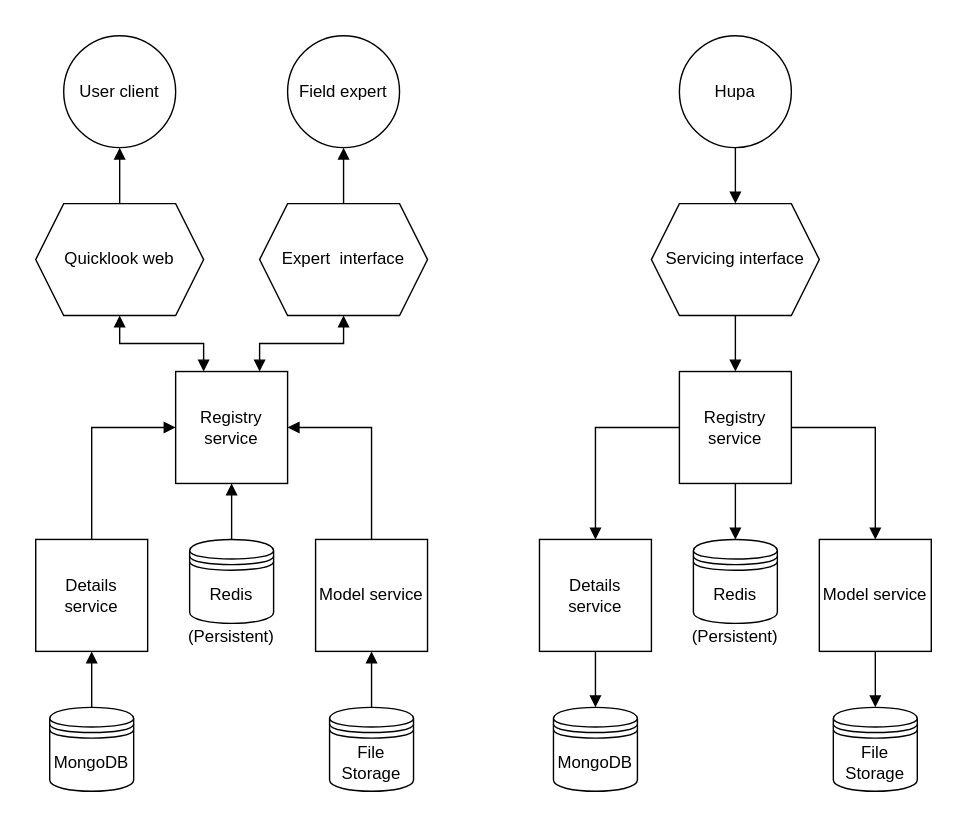
The draw.io diagram design/quicklook.svg in Hupa-Baha-21/inspectAir, before a commit. Source tidied: cells renumbered, new cells last; positions are measured from the earlier drawing's top-left corner, leaving out a move shared by most shapes. Source of this version:
```xml
<mxGraphModel>
  <root>
    <mxCell id="0" />
    <mxCell id="1" parent="0" />
    <mxCell id="2" value="MongoDB" style="shape=datastore;whiteSpace=wrap;html=1;" parent="1" vertex="1">
      <mxGeometry x="10" y="480" width="60" height="60" as="geometry" />
    </mxCell>
    <mxCell id="3" value="File Storage" style="shape=datastore;whiteSpace=wrap;html=1;" parent="1" vertex="1">
      <mxGeometry x="210" y="480" width="60" height="60" as="geometry" />
    </mxCell>
    <mxCell id="4" value="Details service" style="whiteSpace=wrap;html=1;" parent="1" vertex="1">
      <mxGeometry y="360" width="80" height="80" as="geometry" />
    </mxCell>
    <mxCell id="5" value="Model service" style="whiteSpace=wrap;html=1;" parent="1" vertex="1">
      <mxGeometry x="200" y="360" width="80" height="80" as="geometry" />
    </mxCell>
    <mxCell id="6" style="edgeStyle=orthogonalEdgeStyle;rounded=0;jettySize=auto;html=1;entryX=0.5;entryY=1;entryDx=0;entryDy=0;startArrow=none;startFill=0;endArrow=block;endFill=1;" parent="1" edge="1" source="3" target="5">
      <mxGeometry relative="1" as="geometry" />
    </mxCell>
    <mxCell id="7" style="endArrow=block;startArrow=none;html=1;rounded=0;exitX=0.5;exitY=0;exitDx=0;exitDy=0;entryX=0.5;entryY=1;entryDx=0;entryDy=0;endFill=1;startFill=0;" parent="1" edge="1" source="2" target="4">
      <mxGeometry relative="1" as="geometry" />
    </mxCell>
    <mxCell id="8" value="User client" style="ellipse;whiteSpace=wrap;html=1;" parent="1" vertex="1">
      <mxGeometry x="20" width="80" height="80" as="geometry" />
    </mxCell>
    <mxCell id="9" value="Quicklook web" style="shape=hexagon;perimeter=hexagonPerimeter2;whiteSpace=wrap;html=1;fixedSize=1;" parent="1" vertex="1">
      <mxGeometry y="120" width="120" height="80" as="geometry" />
    </mxCell>
    <mxCell id="10" style="edgeStyle=orthogonalEdgeStyle;rounded=0;jettySize=auto;html=1;entryX=0.5;entryY=0;entryDx=0;entryDy=0;startArrow=block;startFill=1;endArrow=none;endFill=0;" parent="1" edge="1" source="8" target="9">
      <mxGeometry relative="1" as="geometry" />
    </mxCell>
    <mxCell id="11" value="Field expert" style="ellipse;whiteSpace=wrap;html=1;" parent="1" vertex="1">
      <mxGeometry x="180" width="80" height="80" as="geometry" />
    </mxCell>
    <mxCell id="12" value="Expert &amp;nbsp;interface" style="shape=hexagon;perimeter=hexagonPerimeter2;whiteSpace=wrap;html=1;fixedSize=1;" parent="1" vertex="1">
      <mxGeometry x="160" y="120" width="120" height="80" as="geometry" />
    </mxCell>
    <mxCell id="13" style="edgeStyle=orthogonalEdgeStyle;rounded=0;jettySize=auto;html=1;entryX=0.5;entryY=0;entryDx=0;entryDy=0;startArrow=block;startFill=1;endArrow=none;endFill=0;" parent="1" edge="1" source="11" target="12">
      <mxGeometry relative="1" as="geometry" />
    </mxCell>
    <mxCell id="14" style="edgeStyle=orthogonalEdgeStyle;rounded=0;jettySize=auto;html=1;entryX=0.5;entryY=0;entryDx=0;entryDy=0;startArrow=block;startFill=1;endArrow=none;endFill=0;elbow=vertical;exitX=0;exitY=0.5;exitDx=0;exitDy=0;" parent="1" edge="1" source="16" target="4">
      <mxGeometry relative="1" as="geometry">
        <Array as="points">
          <mxPoint x="40" y="280" />
        </Array>
      </mxGeometry>
    </mxCell>
    <mxCell id="15" style="edgeStyle=orthogonalEdgeStyle;rounded=0;jettySize=auto;html=1;entryX=0.5;entryY=0;entryDx=0;entryDy=0;startArrow=block;startFill=1;endArrow=none;endFill=0;elbow=vertical;exitX=1;exitY=0.5;exitDx=0;exitDy=0;" parent="1" edge="1" source="16" target="5">
      <mxGeometry relative="1" as="geometry">
        <Array as="points">
          <mxPoint x="240" y="280" />
        </Array>
      </mxGeometry>
    </mxCell>
    <mxCell id="16" value="Registry service" style="whiteSpace=wrap;html=1;" parent="1" vertex="1">
      <mxGeometry x="100" y="240" width="80" height="80" as="geometry" />
    </mxCell>
    <mxCell id="17" style="edgeStyle=orthogonalEdgeStyle;rounded=0;jettySize=auto;html=1;entryX=0.25;entryY=0;entryDx=0;entryDy=0;startArrow=block;startFill=1;endArrow=block;endFill=1;elbow=vertical;" parent="1" edge="1" source="9" target="16">
      <mxGeometry relative="1" as="geometry" />
    </mxCell>
    <mxCell id="18" style="edgeStyle=orthogonalEdgeStyle;rounded=0;jettySize=auto;html=1;entryX=0.75;entryY=0;entryDx=0;entryDy=0;startArrow=block;startFill=1;endArrow=block;endFill=1;elbow=vertical;" parent="1" edge="1" source="12" target="16">
      <mxGeometry relative="1" as="geometry" />
    </mxCell>
    <mxCell id="19" value="Redis" style="shape=datastore;whiteSpace=wrap;html=1;" parent="1" vertex="1">
      <mxGeometry x="110" y="360" width="60" height="60" as="geometry" />
    </mxCell>
    <mxCell id="20" style="edgeStyle=orthogonalEdgeStyle;rounded=0;jettySize=auto;html=1;entryX=0.5;entryY=0;entryDx=0;entryDy=0;startArrow=block;startFill=1;endArrow=none;endFill=0;" parent="1" edge="1" source="16" target="19">
      <mxGeometry relative="1" as="geometry" />
    </mxCell>
    <mxCell id="21" value="(Persistent)" style="text;html=1;strokeColor=none;fillColor=none;align=center;verticalAlign=middle;whiteSpace=wrap;rounded=0;" parent="1" vertex="1">
      <mxGeometry x="110" y="420" width="60" height="20" as="geometry" />
    </mxCell>
    <mxCell id="22" value="MongoDB" style="shape=datastore;whiteSpace=wrap;html=1;" parent="1" vertex="1">
      <mxGeometry x="370" y="480" width="60" height="60" as="geometry" />
    </mxCell>
    <mxCell id="23" value="File Storage" style="shape=datastore;whiteSpace=wrap;html=1;" parent="1" vertex="1">
      <mxGeometry x="570" y="480" width="60" height="60" as="geometry" />
    </mxCell>
    <mxCell id="24" value="Details service" style="whiteSpace=wrap;html=1;" parent="1" vertex="1">
      <mxGeometry x="360" y="360" width="80" height="80" as="geometry" />
    </mxCell>
    <mxCell id="25" value="Model service" style="whiteSpace=wrap;html=1;" parent="1" vertex="1">
      <mxGeometry x="560" y="360" width="80" height="80" as="geometry" />
    </mxCell>
    <mxCell id="26" style="edgeStyle=orthogonalEdgeStyle;rounded=0;jettySize=auto;html=1;entryX=0.5;entryY=1;entryDx=0;entryDy=0;startArrow=block;startFill=1;endArrow=none;endFill=0;" parent="1" edge="1" source="23" target="25">
      <mxGeometry relative="1" as="geometry" />
    </mxCell>
    <mxCell id="27" style="endArrow=none;startArrow=block;html=1;rounded=0;exitX=0.5;exitY=0;exitDx=0;exitDy=0;entryX=0.5;entryY=1;entryDx=0;entryDy=0;endFill=0;startFill=1;" parent="1" edge="1" source="22" target="24">
      <mxGeometry relative="1" as="geometry" />
    </mxCell>
    <mxCell id="28" style="edgeStyle=orthogonalEdgeStyle;rounded=0;jettySize=auto;html=1;entryX=0.5;entryY=0;entryDx=0;entryDy=0;startArrow=none;startFill=0;endArrow=block;endFill=1;elbow=vertical;exitX=0;exitY=0.5;exitDx=0;exitDy=0;" parent="1" edge="1" source="30" target="24">
      <mxGeometry relative="1" as="geometry">
        <Array as="points">
          <mxPoint x="400" y="280" />
        </Array>
      </mxGeometry>
    </mxCell>
    <mxCell id="29" style="edgeStyle=orthogonalEdgeStyle;rounded=0;jettySize=auto;html=1;entryX=0.5;entryY=0;entryDx=0;entryDy=0;startArrow=none;startFill=0;endArrow=block;endFill=1;elbow=vertical;exitX=1;exitY=0.5;exitDx=0;exitDy=0;" parent="1" edge="1" source="30" target="25">
      <mxGeometry relative="1" as="geometry">
        <Array as="points">
          <mxPoint x="600" y="280" />
        </Array>
      </mxGeometry>
    </mxCell>
    <mxCell id="30" value="Registry service" style="whiteSpace=wrap;html=1;" parent="1" vertex="1">
      <mxGeometry x="460" y="240" width="80" height="80" as="geometry" />
    </mxCell>
    <mxCell id="31" value="Redis" style="shape=datastore;whiteSpace=wrap;html=1;" parent="1" vertex="1">
      <mxGeometry x="470" y="360" width="60" height="60" as="geometry" />
    </mxCell>
    <mxCell id="32" style="edgeStyle=orthogonalEdgeStyle;rounded=0;jettySize=auto;html=1;entryX=0.5;entryY=0;entryDx=0;entryDy=0;startArrow=none;startFill=0;endArrow=block;endFill=1;" parent="1" edge="1" source="30" target="31">
      <mxGeometry relative="1" as="geometry" />
    </mxCell>
    <mxCell id="33" value="(Persistent)" style="text;html=1;strokeColor=none;fillColor=none;align=center;verticalAlign=middle;whiteSpace=wrap;rounded=0;" parent="1" vertex="1">
      <mxGeometry x="470" y="420" width="60" height="20" as="geometry" />
    </mxCell>
    <mxCell id="34" style="edgeStyle=orthogonalEdgeStyle;rounded=0;jettySize=auto;html=1;entryX=0.5;entryY=0;entryDx=0;entryDy=0;startArrow=none;startFill=0;endArrow=block;endFill=1;" parent="1" edge="1" source="35" target="37">
      <mxGeometry relative="1" as="geometry" />
    </mxCell>
    <mxCell id="35" value="Hupa" style="ellipse;whiteSpace=wrap;html=1;" parent="1" vertex="1">
      <mxGeometry x="460" width="80" height="80" as="geometry" />
    </mxCell>
    <mxCell id="36" style="edgeStyle=orthogonalEdgeStyle;rounded=0;jettySize=auto;html=1;entryX=0.5;entryY=0;entryDx=0;entryDy=0;startArrow=none;startFill=0;endArrow=block;endFill=1;" parent="1" edge="1" source="37" target="30">
      <mxGeometry relative="1" as="geometry" />
    </mxCell>
    <mxCell id="37" value="Servicing interface" style="shape=hexagon;perimeter=hexagonPerimeter2;whiteSpace=wrap;html=1;fixedSize=1;" parent="1" vertex="1">
      <mxGeometry x="440" y="120" width="120" height="80" as="geometry" />
    </mxCell>
  </root>
</mxGraphModel>
```
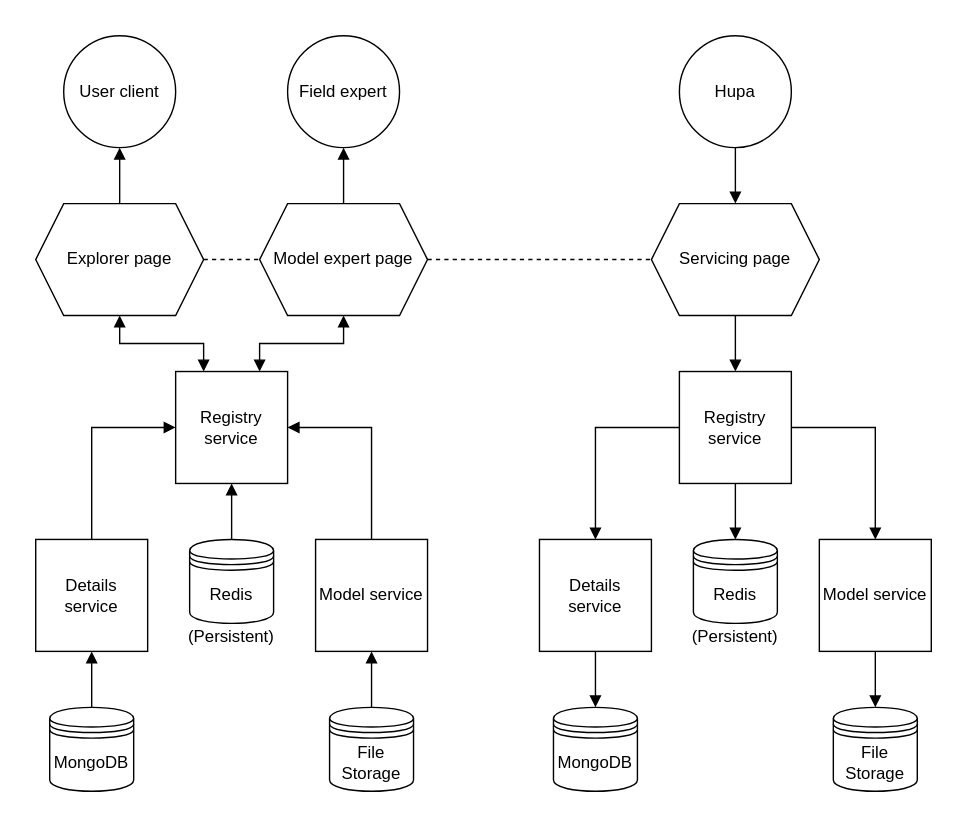
Above is the later version.

Diff of the diagram source:
```diff
@@ -23,7 +23,10 @@
     <mxCell id="8" value="User client" style="ellipse;whiteSpace=wrap;html=1;" parent="1" vertex="1">
       <mxGeometry x="20" width="80" height="80" as="geometry" />
     </mxCell>
+    <mxCell id="38" style="edgeStyle=orthogonalEdgeStyle;rounded=0;jettySize=auto;html=1;entryX=0;entryY=0.5;entryDx=0;entryDy=0;startArrow=none;startFill=0;endArrow=none;endFill=0;dashed=1;" parent="1" edge="1" source="9" target="12">
+      <mxGeometry relative="1" as="geometry" />
+    </mxCell>
-    <mxCell id="9" value="Quicklook web" style="shape=hexagon;perimeter=hexagonPerimeter2;whiteSpace=wrap;html=1;fixedSize=1;" parent="1" vertex="1">
+    <mxCell id="9" value="Explorer page" style="shape=hexagon;perimeter=hexagonPerimeter2;whiteSpace=wrap;html=1;fixedSize=1;" parent="1" vertex="1">
       <mxGeometry y="120" width="120" height="80" as="geometry" />
     </mxCell>
     <mxCell id="10" style="edgeStyle=orthogonalEdgeStyle;rounded=0;jettySize=auto;html=1;entryX=0.5;entryY=0;entryDx=0;entryDy=0;startArrow=block;startFill=1;endArrow=none;endFill=0;" parent="1" edge="1" source="8" target="9">
@@ -32,7 +35,10 @@
     <mxCell id="11" value="Field expert" style="ellipse;whiteSpace=wrap;html=1;" parent="1" vertex="1">
       <mxGeometry x="180" width="80" height="80" as="geometry" />
     </mxCell>
+    <mxCell id="39" style="edgeStyle=orthogonalEdgeStyle;rounded=0;jettySize=auto;html=1;entryX=0;entryY=0.5;entryDx=0;entryDy=0;dashed=1;startArrow=none;startFill=0;endArrow=none;endFill=0;" parent="1" edge="1" source="12" target="37">
+      <mxGeometry relative="1" as="geometry" />
+    </mxCell>
-    <mxCell id="12" value="Expert &amp;nbsp;interface" style="shape=hexagon;perimeter=hexagonPerimeter2;whiteSpace=wrap;html=1;fixedSize=1;" parent="1" vertex="1">
+    <mxCell id="12" value="Model expert page" style="shape=hexagon;perimeter=hexagonPerimeter2;whiteSpace=wrap;html=1;fixedSize=1;" parent="1" vertex="1">
       <mxGeometry x="160" y="120" width="120" height="80" as="geometry" />
     </mxCell>
     <mxCell id="13" style="edgeStyle=orthogonalEdgeStyle;rounded=0;jettySize=auto;html=1;entryX=0.5;entryY=0;entryDx=0;entryDy=0;startArrow=block;startFill=1;endArrow=none;endFill=0;" parent="1" edge="1" source="11" target="12">
@@ -123,7 +129,7 @@
     <mxCell id="36" style="edgeStyle=orthogonalEdgeStyle;rounded=0;jettySize=auto;html=1;entryX=0.5;entryY=0;entryDx=0;entryDy=0;startArrow=none;startFill=0;endArrow=block;endFill=1;" parent="1" edge="1" source="37" target="30">
       <mxGeometry relative="1" as="geometry" />
     </mxCell>
-    <mxCell id="37" value="Servicing interface" style="shape=hexagon;perimeter=hexagonPerimeter2;whiteSpace=wrap;html=1;fixedSize=1;" parent="1" vertex="1">
+    <mxCell id="37" value="Servicing page" style="shape=hexagon;perimeter=hexagonPerimeter2;whiteSpace=wrap;html=1;fixedSize=1;" parent="1" vertex="1">
       <mxGeometry x="440" y="120" width="120" height="80" as="geometry" />
     </mxCell>
   </root>
```
